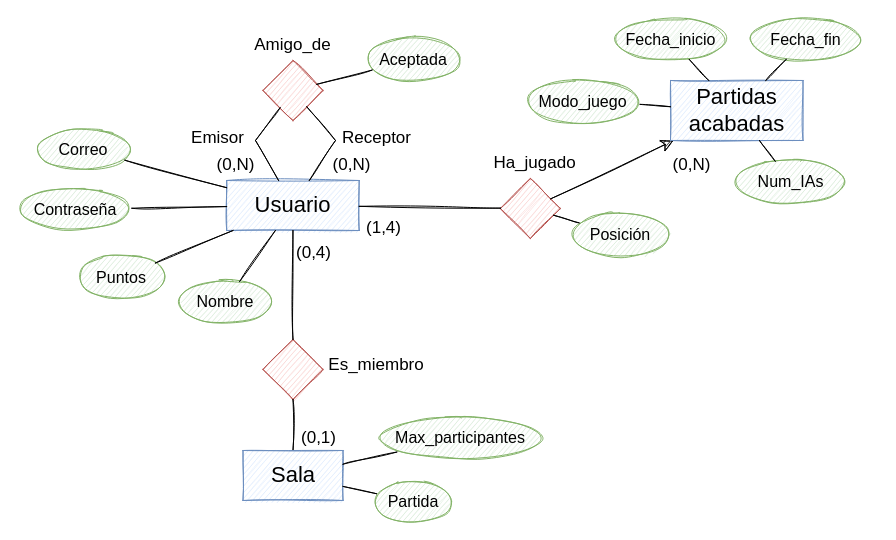
The draw.io diagram page "Esquema E/R" (1 of 3) of Diseño BD/BD.drawio in UNIZAR-30226-2022-05/Backend, before the edit. Source tidied: cells renumbered, new cells numbered last; positions are measured from the earlier drawing's top-left corner, leaving out a move shared by most shapes. Both pictures are drawn from the tidied source at 100%, with x=0, y=0 at pixel (17, 18).
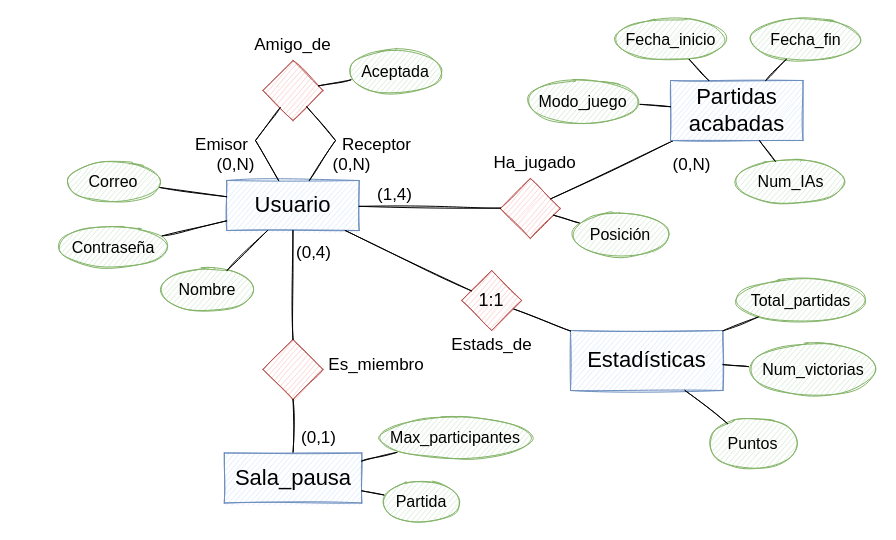
Above is the later version.

The change refers to these unchanged cells:
```xml
<mxCell id="2" value="Usuario" style="whiteSpace=wrap;html=1;fontSize=22;fillColor=#dae8fc;strokeColor=#6c8ebf;sketch=1;" parent="1" vertex="1">
  <mxGeometry x="209.2" y="162" width="132.5" height="50" as="geometry" />
</mxCell>
<mxCell id="13" style="rhombus;whiteSpace=wrap;html=1;fontSize=18;fillColor=#f8cecc;strokeColor=#b85450;sketch=1;" parent="1" vertex="1">
  <mxGeometry x="482.8" y="160" width="60" height="60" as="geometry" />
</mxCell>
<mxCell id="19" value="Partidas acabadas" style="whiteSpace=wrap;html=1;fontSize=22;fillColor=#dae8fc;strokeColor=#6c8ebf;sketch=1;" parent="1" vertex="1">
  <mxGeometry x="653" y="62" width="132.5" height="60" as="geometry" />
</mxCell>
```

The edit, as a diff of the source:
```diff
@@
-    <mxCell id="3" value="Puntos" style="ellipse;whiteSpace=wrap;html=1;shadow=0;glass=0;fontSize=16;fillColor=#d5e8d4;strokeColor=#82b366;sketch=1;fontStyle=0;" parent="1" vertex="1">
-      <mxGeometry x="59.2" y="237.5" width="90" height="42" as="geometry" />
-    </mxCell>
     <mxCell id="4" value="Contraseña" style="ellipse;whiteSpace=wrap;html=1;shadow=0;glass=0;fontSize=16;fillColor=#d5e8d4;strokeColor=#82b366;sketch=1;" parent="1" vertex="1">
-      <mxGeometry x="0.5" y="169" width="113.8" height="43" as="geometry" />
+      <mxGeometry x="39.2" y="207" width="113.8" height="43" as="geometry" />
     </mxCell>
-    <mxCell id="5" style="rounded=0;jettySize=auto;html=1;endArrow=none;endFill=0;sketch=1;" parent="1" edge="1" source="3" target="2">
-      <mxGeometry relative="1" as="geometry" />
-    </mxCell>
@@
     <mxCell id="11" value="Correo" style="ellipse;whiteSpace=wrap;html=1;shadow=0;glass=0;fontSize=16;fillColor=#d5e8d4;strokeColor=#82b366;sketch=1;" parent="1" vertex="1">
-      <mxGeometry x="18" y="109.5" width="96.2" height="42.5" as="geometry" />
+      <mxGeometry x="48" y="142" width="96.2" height="42.5" as="geometry" />
     </mxCell>
@@
-    <mxCell id="16" style="rounded=0;jettySize=auto;html=1;endArrow=none;endFill=0;sketch=1;startArrow=classic;startFill=1;strokeWidth=1;targetPerimeterSpacing=0;sourcePerimeterSpacing=0;endSize=6;startSize=10;" parent="1" edge="1" source="19" target="13">
+    <mxCell id="16" style="rounded=0;jettySize=auto;html=1;endArrow=none;endFill=0;sketch=1;startArrow=none;startFill=0;strokeWidth=1;targetPerimeterSpacing=0;sourcePerimeterSpacing=0;endSize=6;startSize=10;" parent="1" edge="1" source="19" target="13">
       <mxGeometry relative="1" as="geometry" />
     </mxCell>
     <mxCell id="17" value="Nombre" style="ellipse;whiteSpace=wrap;html=1;shadow=0;glass=0;fontSize=16;fillColor=#d5e8d4;strokeColor=#82b366;sketch=1;" parent="1" vertex="1">
-      <mxGeometry x="159.8" y="262" width="96.2" height="42.5" as="geometry" />
+      <mxGeometry x="141.8" y="250" width="96.2" height="42.5" as="geometry" />
     </mxCell>
@@
     <mxCell id="24" value="Aceptada" style="ellipse;whiteSpace=wrap;html=1;shadow=0;glass=0;fontSize=16;fillColor=#d5e8d4;strokeColor=#82b366;sketch=1;" parent="1" vertex="1">
-      <mxGeometry x="348" y="19.5" width="96.2" height="42.5" as="geometry" />
+      <mxGeometry x="329.8" y="32" width="96.2" height="42.5" as="geometry" />
     </mxCell>
@@
     <mxCell id="28" value="Receptor" style="text;html=1;strokeColor=none;fillColor=none;align=center;verticalAlign=middle;whiteSpace=wrap;rounded=0;fontSize=17;" parent="1" vertex="1">
-      <mxGeometry x="319.2" y="104.5" width="81.2" height="30" as="geometry" />
+      <mxGeometry x="319.2" y="112" width="81.2" height="30" as="geometry" />
     </mxCell>
     <mxCell id="29" value="Emisor" style="text;html=1;strokeColor=none;fillColor=none;align=center;verticalAlign=middle;whiteSpace=wrap;rounded=0;fontSize=17;" parent="1" vertex="1">
-      <mxGeometry x="159.8" y="104.5" width="81.2" height="30" as="geometry" />
+      <mxGeometry x="164.2" y="112" width="81.2" height="30" as="geometry" />
     </mxCell>
@@
     <mxCell id="34" value="(1,4)" style="text;html=1;strokeColor=none;fillColor=none;align=center;verticalAlign=middle;whiteSpace=wrap;rounded=0;fontSize=17;" parent="1" vertex="1">
-      <mxGeometry x="325.5" y="195" width="81.2" height="30" as="geometry" />
+      <mxGeometry x="337.2" y="162" width="81.2" height="30" as="geometry" />
     </mxCell>
@@
-    <mxCell id="40" value="Sala" style="whiteSpace=wrap;html=1;fontSize=22;fillColor=#dae8fc;strokeColor=#6c8ebf;sketch=1;" parent="1" vertex="1">
-      <mxGeometry x="225.5" y="432" width="100" height="50" as="geometry" />
+    <mxCell id="40" value="Sala_pausa" style="whiteSpace=wrap;html=1;fontSize=22;fillColor=#dae8fc;strokeColor=#6c8ebf;sketch=1;" parent="1" vertex="1">
+      <mxGeometry x="206.8" y="434.5" width="137.5" height="50" as="geometry" />
     </mxCell>
@@
     <mxCell id="43" value="Max_participantes" style="ellipse;whiteSpace=wrap;html=1;shadow=0;glass=0;fontSize=16;fillColor=#d5e8d4;strokeColor=#82b366;sketch=1;" parent="1" vertex="1">
-      <mxGeometry x="358" y="398.2" width="170" height="42.5" as="geometry" />
+      <mxGeometry x="358" y="398.2" width="160" height="42.5" as="geometry" />
     </mxCell>
@@
     <mxCell id="45" value="Partida" style="ellipse;whiteSpace=wrap;html=1;shadow=0;glass=0;fontSize=16;fillColor=#d5e8d4;strokeColor=#82b366;sketch=1;" parent="1" vertex="1">
-      <mxGeometry x="356.1" y="462" width="80" height="42.5" as="geometry" />
+      <mxGeometry x="364.2" y="462" width="80" height="42.5" as="geometry" />
     </mxCell>
@@
+    <mxCell id="49" value="Estadísticas" style="whiteSpace=wrap;html=1;fontSize=22;fillColor=#dae8fc;strokeColor=#6c8ebf;sketch=1;" parent="1" vertex="1">
+      <mxGeometry x="553" y="312" width="152.5" height="60" as="geometry" />
+    </mxCell>
+    <mxCell id="50" value="Total_partidas" style="ellipse;whiteSpace=wrap;html=1;shadow=0;glass=0;fontSize=16;fillColor=#d5e8d4;strokeColor=#82b366;sketch=1;" parent="1" vertex="1">
+      <mxGeometry x="715.5" y="260.8" width="135" height="42.5" as="geometry" />
+    </mxCell>
+    <mxCell id="51" style="rounded=0;jettySize=auto;html=1;endArrow=none;endFill=0;sketch=1;" parent="1" edge="1" source="50" target="49">
+      <mxGeometry relative="1" as="geometry" />
+    </mxCell>
+    <mxCell id="52" value="Num_victorias" style="ellipse;whiteSpace=wrap;html=1;shadow=0;glass=0;fontSize=16;fillColor=#d5e8d4;strokeColor=#82b366;sketch=1;" parent="1" vertex="1">
+      <mxGeometry x="730.5" y="325.5" width="130" height="51" as="geometry" />
+    </mxCell>
+    <mxCell id="53" style="rounded=0;jettySize=auto;html=1;endArrow=none;endFill=0;sketch=1;" parent="1" edge="1" source="52" target="49">
+      <mxGeometry relative="1" as="geometry" />
+    </mxCell>
+    <mxCell id="3" value="Puntos" style="ellipse;whiteSpace=wrap;html=1;shadow=0;glass=0;fontSize=16;fillColor=#d5e8d4;strokeColor=#82b366;sketch=1;" parent="1" vertex="1">
+      <mxGeometry x="689.2" y="401" width="92.5" height="48.5" as="geometry" />
+    </mxCell>
+    <mxCell id="54" style="rounded=0;jettySize=auto;html=1;endArrow=none;endFill=0;sketch=1;" parent="1" edge="1" source="3" target="49">
+      <mxGeometry relative="1" as="geometry" />
+    </mxCell>
+    <mxCell id="55" style="rounded=0;jettySize=auto;html=1;endArrow=none;endFill=0;sketch=1;" parent="1" edge="1" source="49" target="56">
+      <mxGeometry relative="1" as="geometry" />
+    </mxCell>
+    <mxCell id="56" value="1:1" style="rhombus;whiteSpace=wrap;html=1;fontSize=18;fillColor=#f8cecc;strokeColor=#b85450;sketch=1;" parent="1" vertex="1">
+      <mxGeometry x="444.2" y="252" width="60" height="60" as="geometry" />
+    </mxCell>
+    <mxCell id="57" style="rounded=0;jettySize=auto;html=1;endArrow=none;endFill=0;sketch=1;" parent="1" edge="1" source="56" target="2">
+      <mxGeometry relative="1" as="geometry" />
+    </mxCell>
+    <mxCell id="58" value="Estads_de" style="text;html=1;strokeColor=none;fillColor=none;align=center;verticalAlign=middle;whiteSpace=wrap;rounded=0;fontSize=17;" parent="1" vertex="1">
+      <mxGeometry x="433" y="312" width="82.5" height="30" as="geometry" />
+    </mxCell>
```
